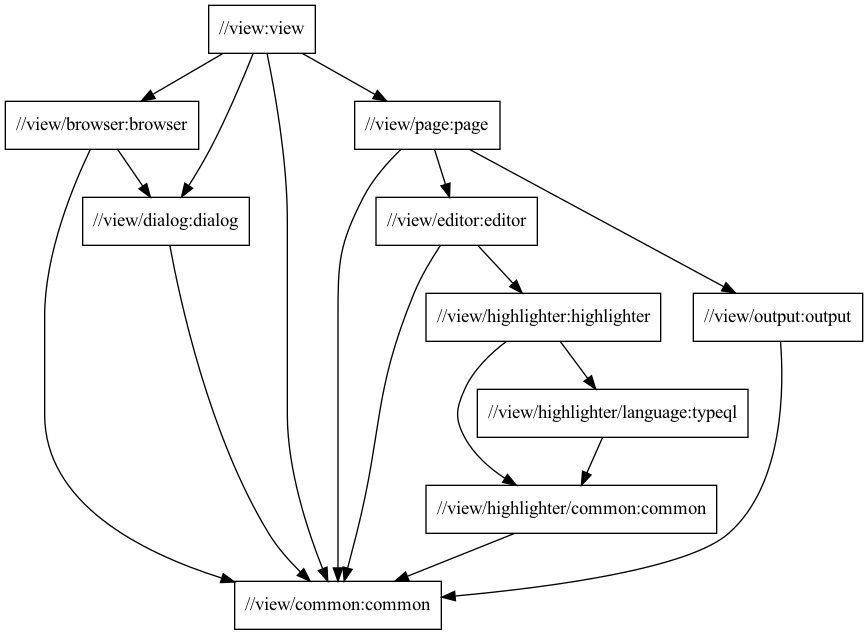
This is docs/view-package-structure.png from typedb/typedb-studio, a Graphviz export, as it was before one commit. Its source is kept beside it as docs/view-package-structure.dot. Source of this version:
```dot
digraph mygraph {
  node [shape=box];
  "//view:view"
  "//view:view" -> "//view/browser:browser"
  "//view:view" -> "//view/common:common"
  "//view:view" -> "//view/dialog:dialog"
  "//view:view" -> "//view/page:page"
  "//view/browser:browser"
  "//view/browser:browser" -> "//view/common:common"
  "//view/browser:browser" -> "//view/dialog:dialog"
  "//view/dialog:dialog"
  "//view/dialog:dialog" -> "//view/common:common"
  "//view/page:page"
  "//view/page:page" -> "//view/common:common"
  "//view/page:page" -> "//view/editor:editor"
  "//view/page:page" -> "//view/output:output"
  "//view/output:output"
  "//view/output:output" -> "//view/common:common"
  "//view/editor:editor"
  "//view/editor:editor" -> "//view/common:common"
  "//view/editor:editor" -> "//view/highlighter:highlighter"
  "//view/highlighter:highlighter"
  "//view/highlighter:highlighter" -> "//view/highlighter/common:common"
  "//view/highlighter:highlighter" -> "//view/highlighter/language:typeql"
  "//view/highlighter/language:typeql"
  "//view/highlighter/language:typeql" -> "//view/highlighter/common:common"
  "//view/highlighter/common:common"
  "//view/highlighter/common:common" -> "//view/common:common"
  "//view/common:common"
}
```
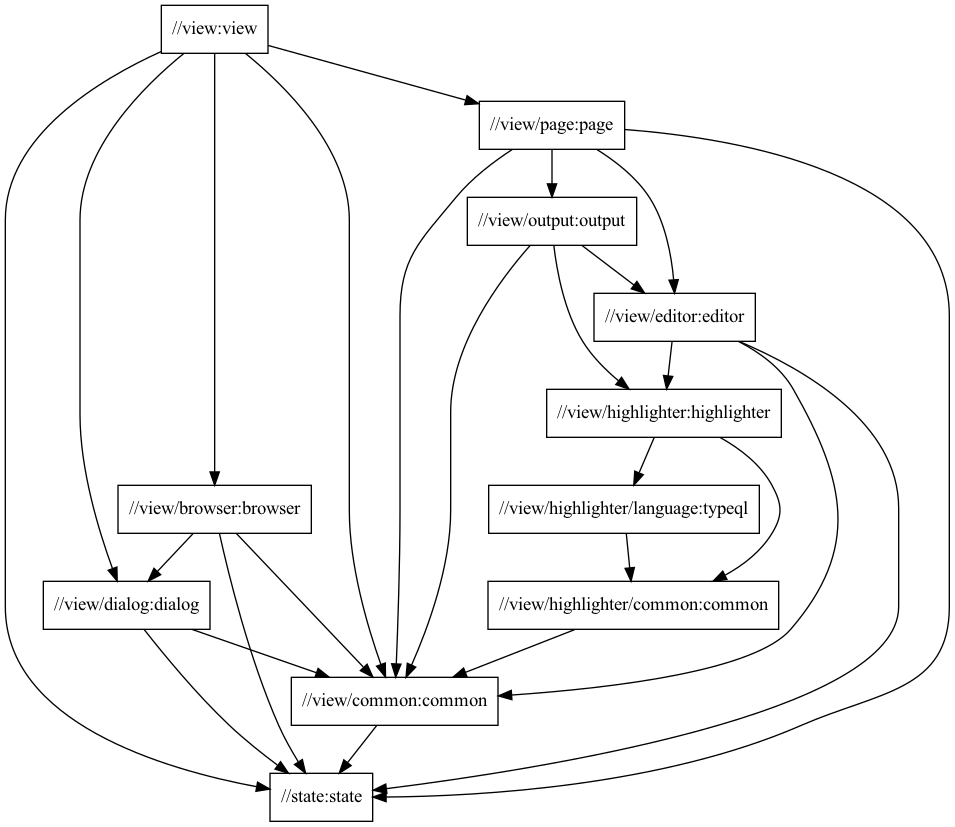
The same file after the commit.

What changed in the source:
```diff
@@ -5,20 +5,27 @@
   "//view:view" -> "//view/common:common"
   "//view:view" -> "//view/dialog:dialog"
   "//view:view" -> "//view/page:page"
-  "//view/browser:browser"
-  "//view/browser:browser" -> "//view/common:common"
-  "//view/browser:browser" -> "//view/dialog:dialog"
-  "//view/dialog:dialog"
-  "//view/dialog:dialog" -> "//view/common:common"
+  "//view:view" -> "//state:state"
   "//view/page:page"
   "//view/page:page" -> "//view/common:common"
   "//view/page:page" -> "//view/editor:editor"
   "//view/page:page" -> "//view/output:output"
+  "//view/page:page" -> "//state:state"
+  "//view/browser:browser"
+  "//view/browser:browser" -> "//view/common:common"
+  "//view/browser:browser" -> "//view/dialog:dialog"
+  "//view/browser:browser" -> "//state:state"
+  "//view/dialog:dialog"
+  "//view/dialog:dialog" -> "//view/common:common"
+  "//view/dialog:dialog" -> "//state:state"
   "//view/output:output"
   "//view/output:output" -> "//view/common:common"
+  "//view/output:output" -> "//view/editor:editor"
+  "//view/output:output" -> "//view/highlighter:highlighter"
   "//view/editor:editor"
   "//view/editor:editor" -> "//view/common:common"
   "//view/editor:editor" -> "//view/highlighter:highlighter"
+  "//view/editor:editor" -> "//state:state"
   "//view/highlighter:highlighter"
   "//view/highlighter:highlighter" -> "//view/highlighter/common:common"
   "//view/highlighter:highlighter" -> "//view/highlighter/language:typeql"
@@ -27,4 +34,6 @@
   "//view/highlighter/common:common"
   "//view/highlighter/common:common" -> "//view/common:common"
   "//view/common:common"
+  "//view/common:common" -> "//state:state"
+  "//state:state"
 }
```
